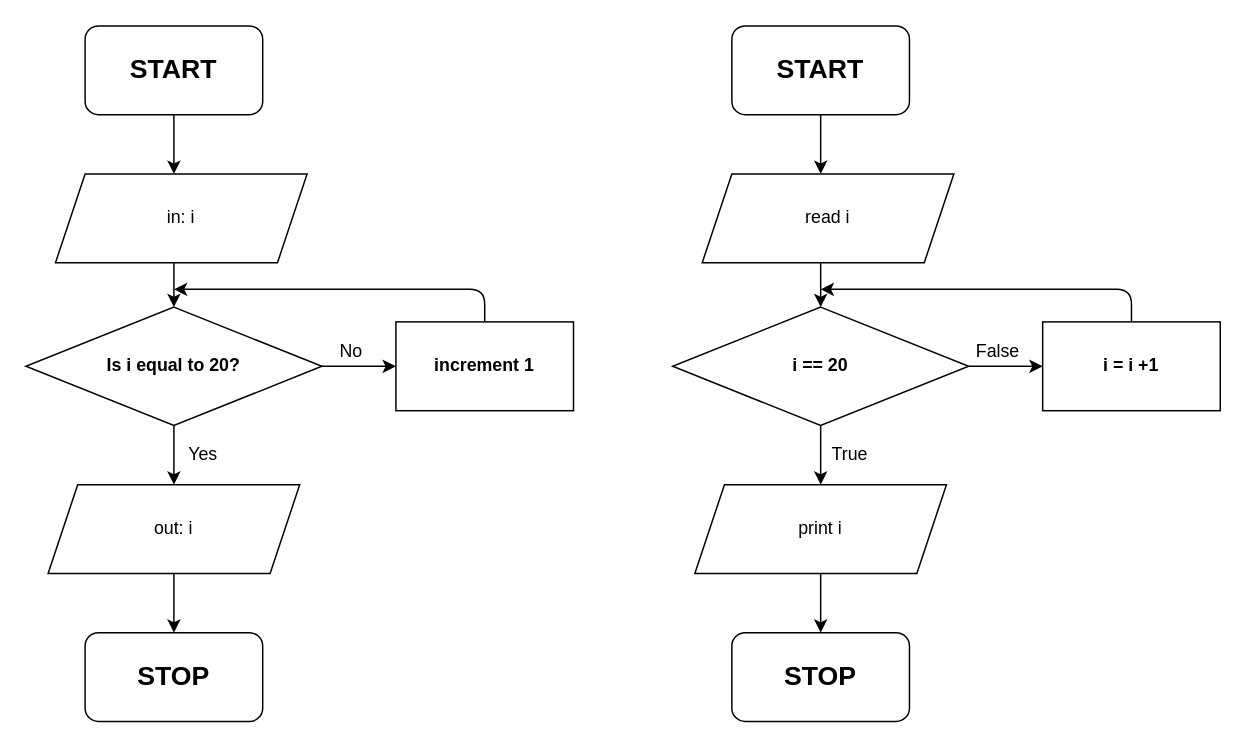
The draw.io diagram drawio/topic_example_3.drawio in MajewskiL/Python-HonestCalculator-Hyperskill-JetBrains, before the edit. Source tidied: cells renumbered, new cells numbered last; positions are measured from the earlier drawing's top-left corner, leaving out a move shared by most shapes. Both pictures are drawn from the tidied source at 148%, with x=0, y=0 at pixel (25, 25).
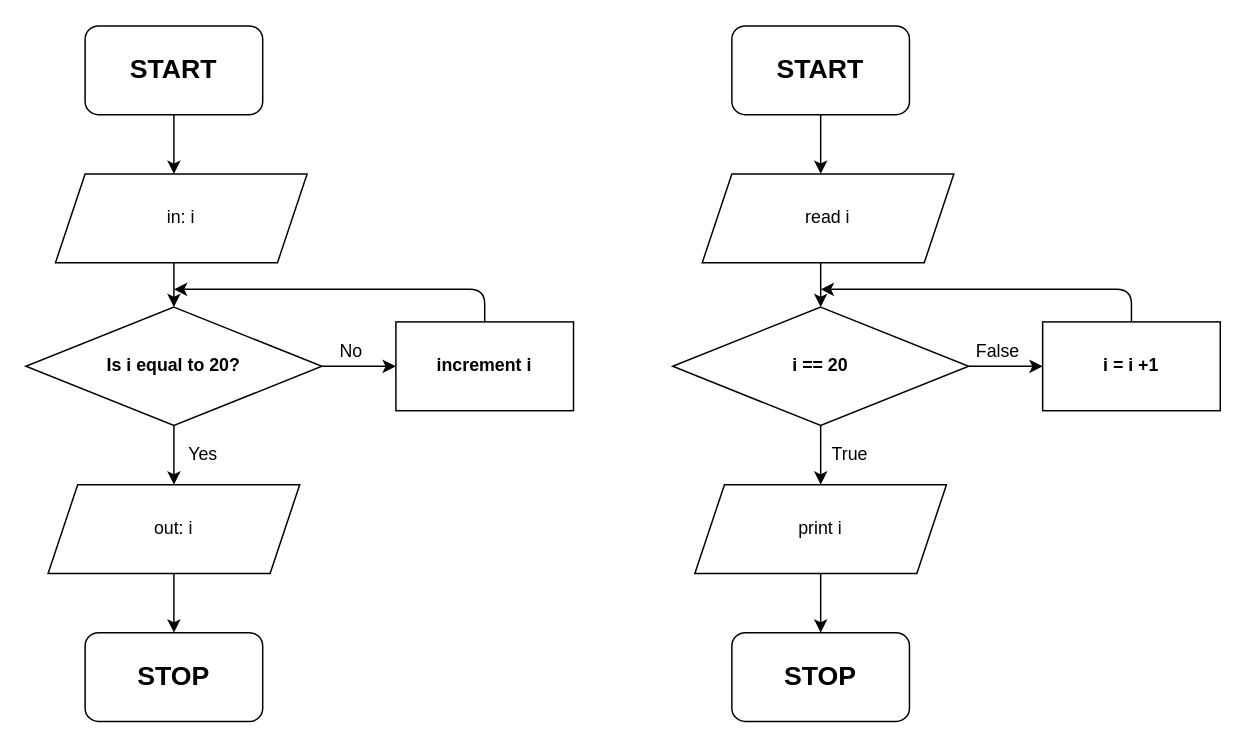
Above is the later version.

What changed in the source:
```diff
@@
-    <mxCell id="11" value="&lt;b&gt;increment 1&lt;/b&gt;" style="rounded=0;whiteSpace=wrap;html=1;" parent="1" vertex="1">
+    <mxCell id="11" value="&lt;b&gt;increment i&lt;/b&gt;" style="rounded=0;whiteSpace=wrap;html=1;" parent="1" vertex="1">
       <mxGeometry x="250" y="200" width="120" height="60" as="geometry" />
     </mxCell>
```
